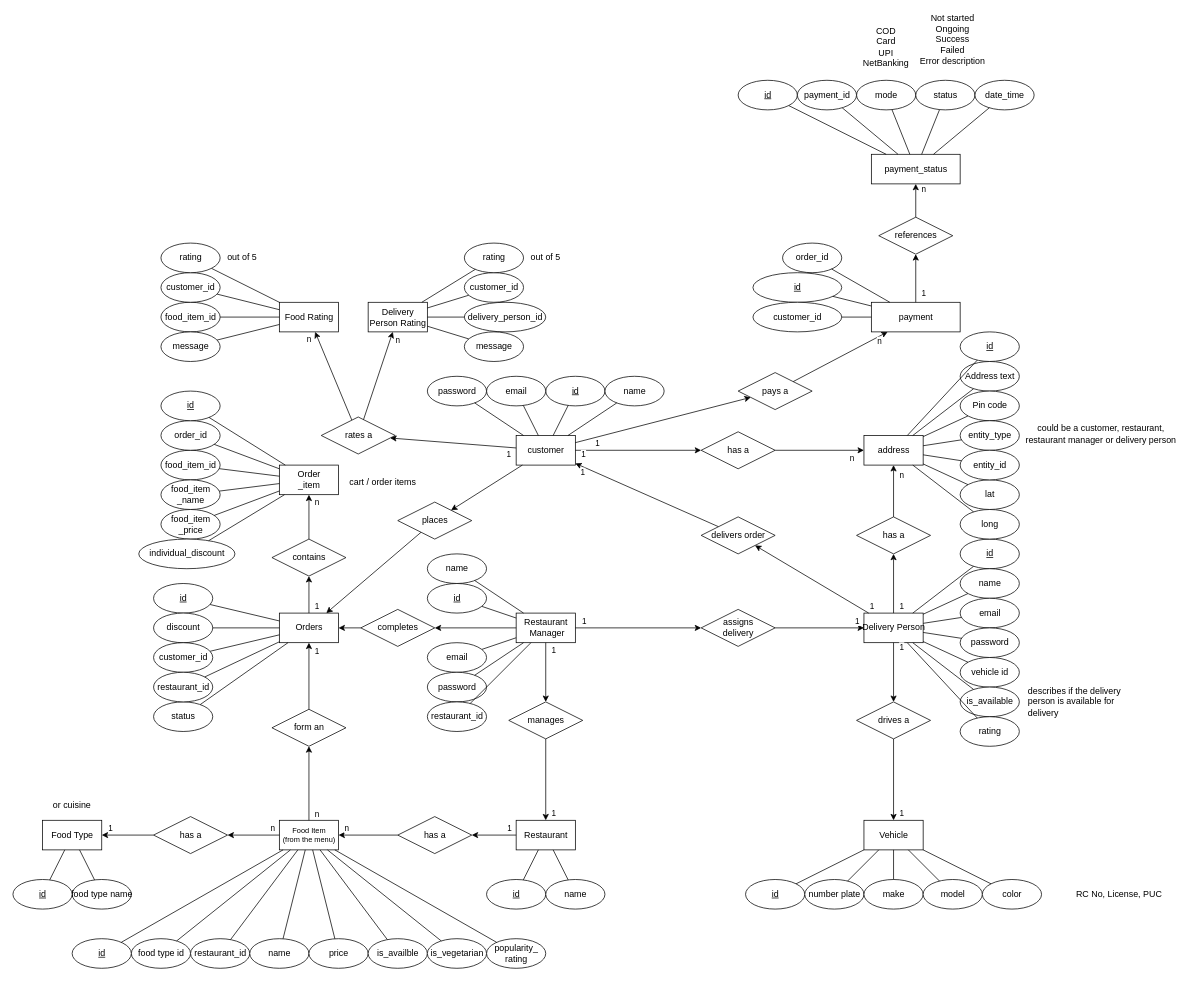
Earlier version of the draw.io diagram diagrams/ER/ER diagram.drawio (callofthewild/hunger-buzz). Source tidied: cells renumbered, new cells numbered last; positions are measured from the earlier drawing's top-left corner, leaving out a move shared by most shapes. Both pictures are drawn from the tidied source at 74%, with x=0, y=0 at pixel (13, 13).
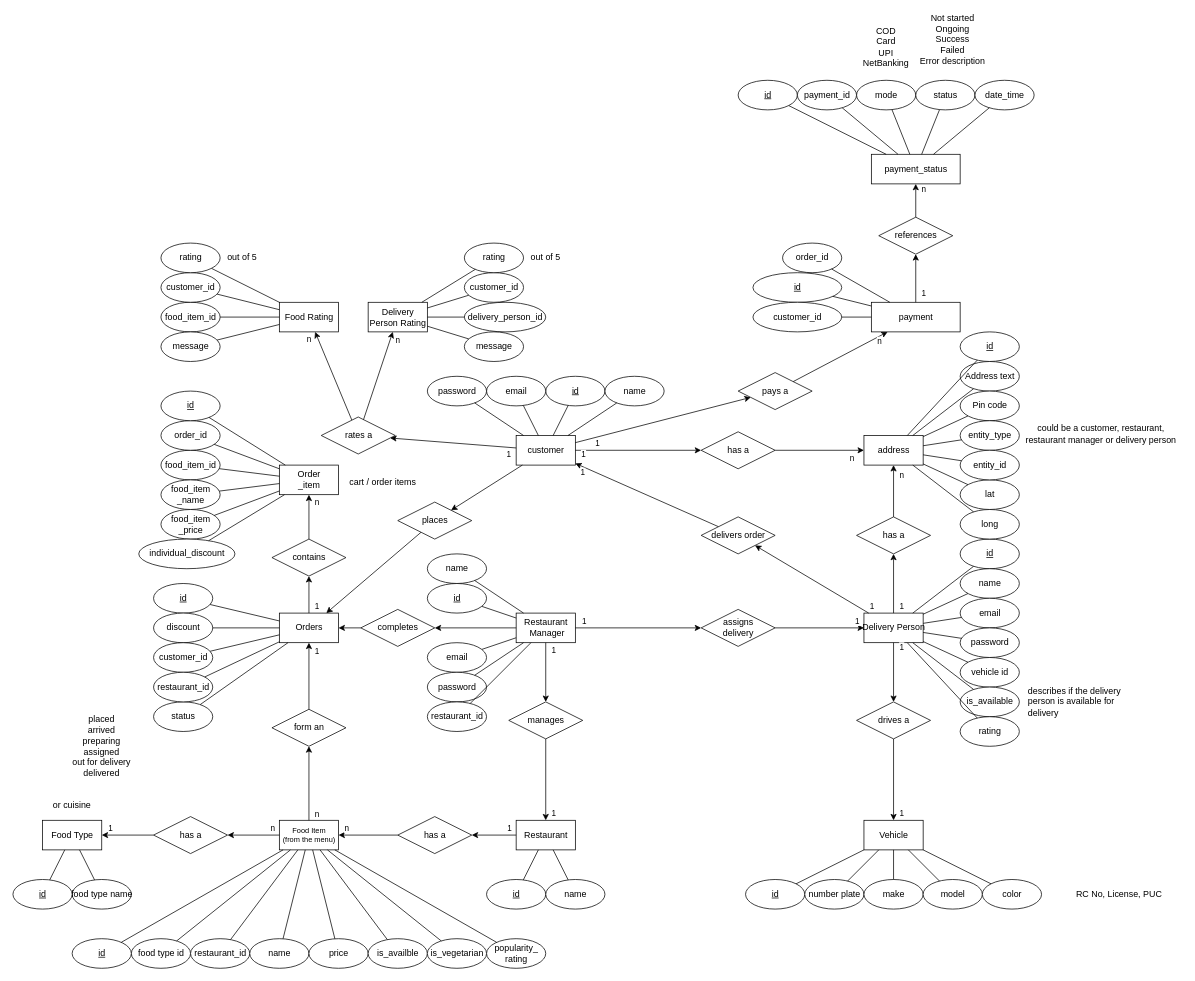
After the change.

Commit message:
added order status

Change to the diagram source:
```diff
@@
+    <mxCell id="232" value="&lt;div&gt;placed&lt;br&gt;&lt;/div&gt;&lt;div&gt;arrived&lt;/div&gt;&lt;div&gt;preparing&lt;/div&gt;&lt;div&gt;assigned&lt;/div&gt;&lt;div&gt;out for delivery&lt;/div&gt;&lt;div&gt;delivered&lt;br&gt;&lt;/div&gt;" style="text;html=1;strokeColor=none;fillColor=none;align=center;verticalAlign=middle;whiteSpace=wrap;rounded=0;" parent="1" vertex="1">
+      <mxGeometry x="65" y="940" width="110" height="100" as="geometry" />
+    </mxCell>
```
